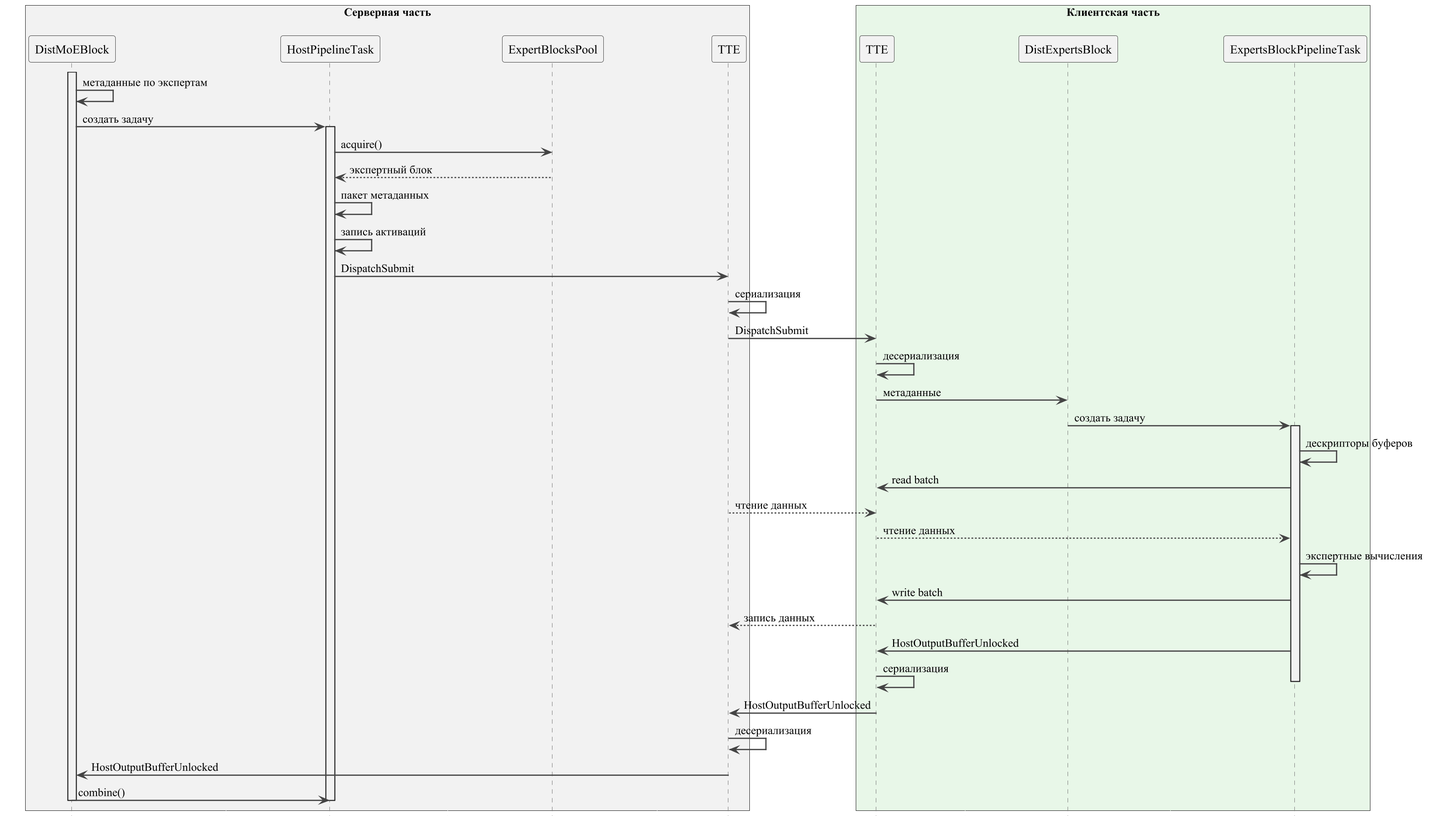
Above: docs/diploma/bachelor-thesis-template/diagrams/method-sequence-wide.png in slivanovich/DistributedMoE (PlantUML), before the change. Its diagram source:
```plantuml
@startuml
skinparam backgroundColor white
skinparam shadowing false
skinparam defaultFontName "Times New Roman"
skinparam dpi 180
skinparam ArrowThickness 1.4
skinparam BoxPadding 28
hide footbox
skinparam sequence {
    ArrowColor #444444
    LifeLineBorderColor #777777
    LifeLineBackgroundColor #F7F7F7
    ParticipantBorderColor #444444
    ParticipantBackgroundColor #F2F2F2
    ParticipantPadding 12
    BoxPadding 28
}
skinparam participant<<ServerSpacer>> {
    BackgroundColor #F2F2F2
    BorderColor #F2F2F2
    FontColor #F2F2F2
}
skinparam participant<<ClientSpacer>> {
    BackgroundColor #E8F7E8
    BorderColor #E8F7E8
    FontColor #E8F7E8
}
skinparam sequenceLifeLineBorderColor<<ServerSpacer>> #F2F2F2
skinparam sequenceLifeLineBackgroundColor<<ServerSpacer>> #F2F2F2
skinparam sequenceLifeLineBorderColor<<ClientSpacer>> #E8F7E8
skinparam sequenceLifeLineBackgroundColor<<ClientSpacer>> #E8F7E8

box "Серверная часть" #F2F2F2
participant "DistMoEBlock" as Server
participant " " as Gap1 <<ServerSpacer>>
participant "HostPipelineTask" as HostTask
participant " " as Gap2 <<ServerSpacer>>
participant "ExpertBlocksPool" as Pool
participant " " as Gap3 <<ServerSpacer>>
participant "TTE" as HostTTE
end box

box "Клиентская часть" #E8F7E8
participant "TTE" as ClientTTE
participant " " as Gap4 <<ClientSpacer>>
participant "DistExpertsBlock" as Client
participant " " as Gap5 <<ClientSpacer>>
participant "ExpertsBlockPipelineTask" as ExpertTask
end box

activate Server
Server -> Server : метаданные по экспертам
Server -> HostTask : создать задачу
activate HostTask
HostTask -> Pool : acquire()
Pool --> HostTask : экспертный блок
HostTask -> HostTask : пакет метаданных
HostTask -> HostTask : запись активаций
HostTask -> HostTTE : DispatchSubmit
HostTTE -> HostTTE : сериализация
HostTTE -> ClientTTE : DispatchSubmit

ClientTTE -> ClientTTE : десериализация
ClientTTE -> Client : метаданные
Client -> ExpertTask : создать задачу
activate ExpertTask
ExpertTask -> ExpertTask : дескрипторы буферов
ExpertTask -> ClientTTE : read batch
HostTTE --> ClientTTE : чтение данных
ClientTTE --> ExpertTask : чтение данных
ExpertTask -> ExpertTask : экспертные вычисления
ExpertTask -> ClientTTE : write batch
ClientTTE --> HostTTE : запись данных
ExpertTask -> ClientTTE : HostOutputBufferUnlocked
ClientTTE -> ClientTTE : сериализация
deactivate ExpertTask

ClientTTE -> HostTTE : HostOutputBufferUnlocked
HostTTE -> HostTTE : десериализация
HostTTE -> Server : HostOutputBufferUnlocked
Server -> HostTask : combine()
deactivate HostTask

deactivate Server
@enduml
```
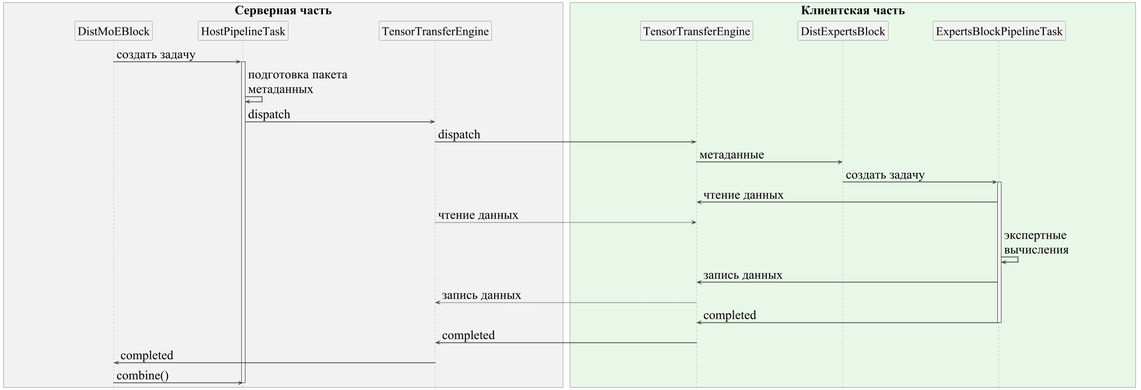
Above is the later version.

Diff of the diagram source:
```diff
@@ -1,85 +1,102 @@
 @startuml
+scale 0.453338
 skinparam backgroundColor white
 skinparam shadowing false
 skinparam defaultFontName "Times New Roman"
+skinparam defaultFontSize 32
 skinparam dpi 180
-skinparam ArrowThickness 1.4
-skinparam BoxPadding 28
+skinparam ArrowThickness 2
+skinparam BoxPadding 8
 hide footbox
 skinparam sequence {
     ArrowColor #444444
+    ArrowFontSize 32
     LifeLineBorderColor #777777
     LifeLineBackgroundColor #F7F7F7
     ParticipantBorderColor #444444
     ParticipantBackgroundColor #F2F2F2
-    ParticipantPadding 12
-    BoxPadding 28
+    ParticipantFontSize 30
+    ParticipantPadding 4
+    BoxFontSize 32
+    BoxPadding 8
 }
-skinparam participant<<ServerSpacer>> {
+skinparam participant<<ServerEdgeSpacer>> {
     BackgroundColor #F2F2F2
     BorderColor #F2F2F2
     FontColor #F2F2F2
+    FontSize 18
+    Padding 2
 }
-skinparam participant<<ClientSpacer>> {
+skinparam participant<<ServerGapSpacer>> {
+    BackgroundColor #F2F2F2
+    BorderColor #F2F2F2
+    FontColor #F2F2F2
+    FontSize 10
+    Padding 0
+}
+skinparam participant<<ClientEdgeSpacer>> {
     BackgroundColor #E8F7E8
     BorderColor #E8F7E8
     FontColor #E8F7E8
+    FontSize 18
+    Padding 2
 }
-skinparam sequenceLifeLineBorderColor<<ServerSpacer>> #F2F2F2
-skinparam sequenceLifeLineBackgroundColor<<ServerSpacer>> #F2F2F2
-skinparam sequenceLifeLineBorderColor<<ClientSpacer>> #E8F7E8
-skinparam sequenceLifeLineBackgroundColor<<ClientSpacer>> #E8F7E8
+skinparam participant<<ClientGapSpacer>> {
+    BackgroundColor #E8F7E8
+    BorderColor #E8F7E8
+    FontColor #E8F7E8
+    FontSize 10
+    Padding 0
+}
+skinparam sequenceLifeLineBorderColor<<ServerEdgeSpacer>> #F2F2F2
+skinparam sequenceLifeLineBackgroundColor<<ServerEdgeSpacer>> #F2F2F2
+skinparam sequenceLifeLineBorderColor<<ServerGapSpacer>> #F2F2F2
+skinparam sequenceLifeLineBackgroundColor<<ServerGapSpacer>> #F2F2F2
+skinparam sequenceLifeLineBorderColor<<ClientEdgeSpacer>> #E8F7E8
+skinparam sequenceLifeLineBackgroundColor<<ClientEdgeSpacer>> #E8F7E8
+skinparam sequenceLifeLineBorderColor<<ClientGapSpacer>> #E8F7E8
+skinparam sequenceLifeLineBackgroundColor<<ClientGapSpacer>> #E8F7E8
 
 box "Серверная часть" #F2F2F2
+participant "x" as ServerLeft <<ServerEdgeSpacer>>
 participant "DistMoEBlock" as Server
-participant " " as Gap1 <<ServerSpacer>>
+participant "x" as ServerGap1 <<ServerGapSpacer>>
 participant "HostPipelineTask" as HostTask
-participant " " as Gap2 <<ServerSpacer>>
-participant "ExpertBlocksPool" as Pool
-participant " " as Gap3 <<ServerSpacer>>
-participant "TTE" as HostTTE
+participant "x" as ServerGap2 <<ServerGapSpacer>>
+participant "TensorTransferEngine" as HostTTE
+participant "x" as ServerRight <<ServerEdgeSpacer>>
 end box
 
 box "Клиентская часть" #E8F7E8
-participant "TTE" as ClientTTE
-participant " " as Gap4 <<ClientSpacer>>
+participant "x" as ClientLeft <<ClientEdgeSpacer>>
+participant "TensorTransferEngine" as ClientTTE
+participant "x" as ClientGap1 <<ClientGapSpacer>>
 participant "DistExpertsBlock" as Client
-participant " " as Gap5 <<ClientSpacer>>
+participant "x" as ClientGap2 <<ClientGapSpacer>>
 participant "ExpertsBlockPipelineTask" as ExpertTask
+participant "x" as ClientRight <<ClientEdgeSpacer>>
 end box
 
-activate Server
-Server -> Server : метаданные по экспертам
 Server -> HostTask : создать задачу
 activate HostTask
-HostTask -> Pool : acquire()
-Pool --> HostTask : экспертный блок
-HostTask -> HostTask : пакет метаданных
-HostTask -> HostTask : запись активаций
-HostTask -> HostTTE : DispatchSubmit
-HostTTE -> HostTTE : сериализация
-HostTTE -> ClientTTE : DispatchSubmit
+HostTask -> HostTask : подготовка пакета\nметаданных
+HostTask -> HostTTE : dispatch
+HostTTE -> ClientTTE : dispatch
 
-ClientTTE -> ClientTTE : десериализация
 ClientTTE -> Client : метаданные
 Client -> ExpertTask : создать задачу
 activate ExpertTask
-ExpertTask -> ExpertTask : дескрипторы буферов
-ExpertTask -> ClientTTE : read batch
+ExpertTask -> ClientTTE : чтение данных
 HostTTE --> ClientTTE : чтение данных
-ClientTTE --> ExpertTask : чтение данных
-ExpertTask -> ExpertTask : экспертные вычисления
-ExpertTask -> ClientTTE : write batch
+ExpertTask -> ExpertTask : экспертные\nвычисления
+ExpertTask -> ClientTTE : запись данных
 ClientTTE --> HostTTE : запись данных
-ExpertTask -> ClientTTE : HostOutputBufferUnlocked
-ClientTTE -> ClientTTE : сериализация
+ExpertTask -> ClientTTE : completed
 deactivate ExpertTask
 
-ClientTTE -> HostTTE : HostOutputBufferUnlocked
-HostTTE -> HostTTE : десериализация
-HostTTE -> Server : HostOutputBufferUnlocked
+ClientTTE -> HostTTE : completed
+HostTTE -> Server : completed
 Server -> HostTask : combine()
 deactivate HostTask
 
-deactivate Server
 @enduml
```
